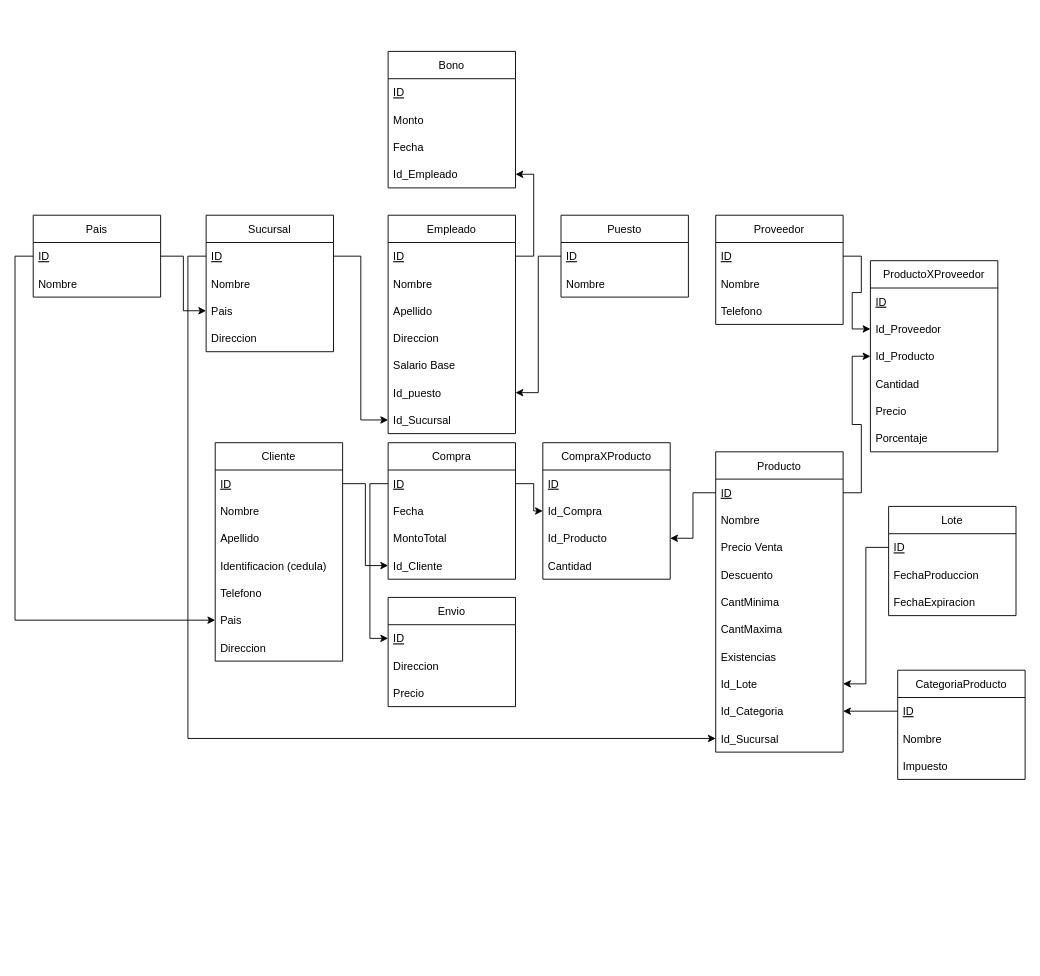
Before: diagrama de tablas.drawio in Valhylian/Proyecto1-BD, a draw.io diagram. Source tidied: cells renumbered, new cells numbered last; positions are measured from the earlier drawing's top-left corner, leaving out a move shared by most shapes. Both pictures are drawn from the tidied source at 91%, with x=0, y=0 at pixel (33, 51).
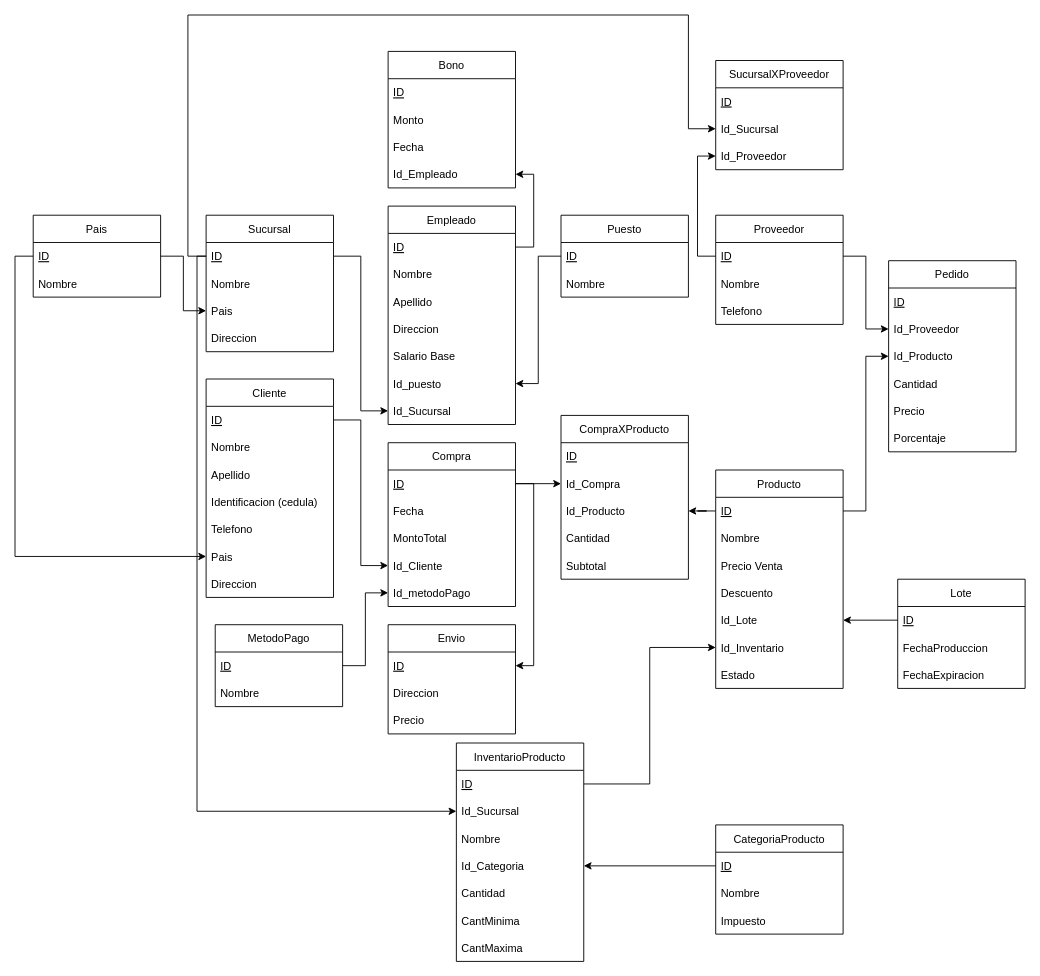
The same diagram, later.

Unchanged cells that the change refers to:
```xml
<mxCell id="3" value="ID" style="text;strokeColor=none;fillColor=none;align=left;verticalAlign=middle;spacingLeft=4;spacingRight=4;overflow=hidden;points=[[0,0.5],[1,0.5]];portConstraint=eastwest;fontStyle=4;" parent="2" vertex="1">
  <mxGeometry y="30" width="140" height="30" as="geometry" />
</mxCell>
<mxCell id="29" value="ID" style="text;strokeColor=none;fillColor=none;align=left;verticalAlign=middle;spacingLeft=4;spacingRight=4;overflow=hidden;points=[[0,0.5],[1,0.5]];portConstraint=eastwest;fontStyle=4;" parent="28" vertex="1">
  <mxGeometry y="30" width="140" height="30" as="geometry" />
</mxCell>
<mxCell id="53" value="ID" style="text;strokeColor=none;fillColor=none;align=left;verticalAlign=middle;spacingLeft=4;spacingRight=4;overflow=hidden;points=[[0,0.5],[1,0.5]];portConstraint=eastwest;fontStyle=4;" parent="52" vertex="1">
  <mxGeometry y="30" width="140" height="30" as="geometry" />
</mxCell>
<mxCell id="78" value="ID" style="text;strokeColor=none;fillColor=none;align=left;verticalAlign=middle;spacingLeft=4;spacingRight=4;overflow=hidden;points=[[0,0.5],[1,0.5]];portConstraint=eastwest;fontStyle=4;" parent="77" vertex="1">
  <mxGeometry y="30" width="140" height="30" as="geometry" />
</mxCell>
```

Diff of the diagram source:
```diff
@@
     <mxCell id="7" value="Empleado" style="swimlane;fontStyle=0;horizontal=1;startSize=30;" parent="1" vertex="1">
-      <mxGeometry x="390" y="180" width="140" height="240" as="geometry" />
+      <mxGeometry x="390" y="170" width="140" height="240" as="geometry" />
     </mxCell>
@@
     <mxCell id="16" value="Cliente" style="swimlane;fontStyle=0;horizontal=1;startSize=30;" parent="1" vertex="1">
-      <mxGeometry x="200" y="430" width="140" height="240" as="geometry" />
+      <mxGeometry x="190" y="360" width="140" height="240" as="geometry" />
     </mxCell>
@@
     <mxCell id="28" value="Compra" style="swimlane;fontStyle=0;horizontal=1;startSize=30;" parent="1" vertex="1">
-      <mxGeometry x="390" y="430" width="140" height="150" as="geometry" />
+      <mxGeometry x="390" y="430" width="140" height="180" as="geometry" />
     </mxCell>
@@
+    <mxCell id="92" value="Id_metodoPago" style="text;strokeColor=none;fillColor=none;align=left;verticalAlign=middle;spacingLeft=4;spacingRight=4;overflow=hidden;points=[[0,0.5],[1,0.5]];portConstraint=eastwest;" parent="28" vertex="1">
+      <mxGeometry y="150" width="140" height="30" as="geometry" />
+    </mxCell>
@@
     <mxCell id="34" value="CompraXProducto" style="swimlane;fontStyle=0;horizontal=1;startSize=30;" parent="1" vertex="1">
-      <mxGeometry x="560" y="430" width="140" height="150" as="geometry" />
+      <mxGeometry x="580" y="400" width="140" height="180" as="geometry" />
     </mxCell>
@@
+    <mxCell id="93" value="Subtotal" style="text;strokeColor=none;fillColor=none;align=left;verticalAlign=middle;spacingLeft=4;spacingRight=4;overflow=hidden;" parent="34" vertex="1">
+      <mxGeometry y="150" width="140" height="30" as="geometry" />
+    </mxCell>
     <mxCell id="39" value="Producto" style="swimlane;fontStyle=0;horizontal=1;startSize=30;" parent="1" vertex="1">
-      <mxGeometry x="750" y="440" width="140" height="330" as="geometry" />
+      <mxGeometry x="750" y="460" width="140" height="240" as="geometry" />
     </mxCell>
@@
-    <mxCell id="44" value="CantMinima" style="text;strokeColor=none;fillColor=none;align=left;verticalAlign=middle;spacingLeft=4;spacingRight=4;overflow=hidden;" parent="39" vertex="1">
-      <mxGeometry y="150" width="140" height="30" as="geometry" />
-    </mxCell>
-    <mxCell id="45" value="CantMaxima" style="text;strokeColor=none;fillColor=none;align=left;verticalAlign=middle;spacingLeft=4;spacingRight=4;overflow=hidden;" parent="39" vertex="1">
-      <mxGeometry y="180" width="140" height="30" as="geometry" />
-    </mxCell>
-    <mxCell id="46" value="Existencias" style="text;strokeColor=none;fillColor=none;align=left;verticalAlign=middle;spacingLeft=4;spacingRight=4;overflow=hidden;" parent="39" vertex="1">
-      <mxGeometry y="210" width="140" height="30" as="geometry" />
-    </mxCell>
     <mxCell id="47" value="Id_Lote" style="text;strokeColor=none;fillColor=none;align=left;verticalAlign=middle;spacingLeft=4;spacingRight=4;overflow=hidden;points=[[0,0.5],[1,0.5]];portConstraint=eastwest;" parent="39" vertex="1">
-      <mxGeometry y="240" width="140" height="30" as="geometry" />
+      <mxGeometry y="150" width="140" height="30" as="geometry" />
     </mxCell>
-    <mxCell id="48" value="Id_Categoria" style="text;strokeColor=none;fillColor=none;align=left;verticalAlign=middle;spacingLeft=4;spacingRight=4;overflow=hidden;points=[[0,0.5],[1,0.5]];portConstraint=eastwest;" parent="39" vertex="1">
-      <mxGeometry y="270" width="140" height="30" as="geometry" />
-    </mxCell>
-    <mxCell id="49" value="Id_Sucursal" style="text;strokeColor=none;fillColor=none;align=left;verticalAlign=middle;spacingLeft=4;spacingRight=4;overflow=hidden;points=[[0,0.5],[1,0.5]];portConstraint=eastwest;" parent="39" vertex="1">
-      <mxGeometry y="300" width="140" height="30" as="geometry" />
-    </mxCell>
+    <mxCell id="94" value="Id_Inventario" style="text;strokeColor=none;fillColor=none;align=left;verticalAlign=middle;spacingLeft=4;spacingRight=4;overflow=hidden;points=[[0,0.5],[1,0.5]];portConstraint=eastwest;" parent="39" vertex="1">
+      <mxGeometry y="180" width="140" height="30" as="geometry" />
+    </mxCell>
+    <mxCell id="95" value="Estado" style="text;strokeColor=none;fillColor=none;align=left;verticalAlign=middle;spacingLeft=4;spacingRight=4;overflow=hidden;" parent="39" vertex="1">
+      <mxGeometry y="210" width="140" height="30" as="geometry" />
+    </mxCell>
@@
-    <mxCell id="51" style="edgeStyle=orthogonalEdgeStyle;rounded=0;jettySize=auto;html=1;exitX=0;exitY=0.5;exitDx=0;exitDy=0;entryX=0;entryY=0.5;entryDx=0;entryDy=0;" parent="1" edge="1" source="3" target="49">
-      <mxGeometry relative="1" as="geometry" />
-    </mxCell>
@@
-    <mxCell id="56" value="ProductoXProveedor" style="swimlane;fontStyle=0;horizontal=1;startSize=30;" parent="1" vertex="1">
-      <mxGeometry x="920" y="230" width="140" height="210" as="geometry" />
+    <mxCell id="56" value="Pedido" style="swimlane;fontStyle=0;horizontal=1;startSize=30;" parent="1" vertex="1">
+      <mxGeometry x="940" y="230" width="140" height="210" as="geometry" />
     </mxCell>
@@
     <mxCell id="65" value="CategoriaProducto" style="swimlane;fontStyle=0;horizontal=1;startSize=30;" parent="1" vertex="1">
-      <mxGeometry x="950" y="680" width="140" height="120" as="geometry" />
+      <mxGeometry x="750" y="850" width="140" height="120" as="geometry" />
     </mxCell>
@@
     <mxCell id="77" value="Envio" style="swimlane;fontStyle=0;horizontal=1;startSize=30;" parent="1" vertex="1">
-      <mxGeometry x="390" y="600" width="140" height="120" as="geometry" />
+      <mxGeometry x="390" y="630" width="140" height="120" as="geometry" />
     </mxCell>
@@
-    <mxCell id="81" style="edgeStyle=orthogonalEdgeStyle;rounded=0;jettySize=auto;html=1;exitX=0;exitY=0.5;exitDx=0;exitDy=0;entryX=0;entryY=0.5;entryDx=0;entryDy=0;" parent="1" edge="1" source="29" target="78">
-      <mxGeometry relative="1" as="geometry" />
+    <mxCell id="81" style="edgeStyle=orthogonalEdgeStyle;rounded=0;jettySize=auto;html=1;exitX=1;exitY=0.5;exitDx=0;exitDy=0;entryX=1;entryY=0.5;entryDx=0;entryDy=0;" parent="1" edge="1" source="29" target="78">
+      <mxGeometry relative="1" as="geometry">
+        <Array as="points">
+          <mxPoint x="550" y="475" />
+          <mxPoint x="550" y="675" />
+        </Array>
+      </mxGeometry>
     </mxCell>
     <mxCell id="82" value="Lote" style="swimlane;fontStyle=0;horizontal=1;startSize=30;" parent="1" vertex="1">
-      <mxGeometry x="940" y="500" width="140" height="120" as="geometry" />
+      <mxGeometry x="950" y="580" width="140" height="120" as="geometry" />
     </mxCell>
@@
+    <mxCell id="96" value="SucursalXProveedor" style="swimlane;fontStyle=0;horizontal=1;startSize=30;" parent="1" vertex="1">
+      <mxGeometry x="750" y="10" width="140" height="120" as="geometry" />
+    </mxCell>
+    <mxCell id="97" value="ID" style="text;strokeColor=none;fillColor=none;align=left;verticalAlign=middle;spacingLeft=4;spacingRight=4;overflow=hidden;fontStyle=4;" parent="96" vertex="1">
+      <mxGeometry y="30" width="140" height="30" as="geometry" />
+    </mxCell>
+    <mxCell id="98" value="Id_Sucursal" style="text;strokeColor=none;fillColor=none;align=left;verticalAlign=middle;spacingLeft=4;spacingRight=4;overflow=hidden;points=[[0,0.5],[1,0.5]];portConstraint=eastwest;" parent="96" vertex="1">
+      <mxGeometry y="60" width="140" height="30" as="geometry" />
+    </mxCell>
+    <mxCell id="99" value="Id_Proveedor" style="text;strokeColor=none;fillColor=none;align=left;verticalAlign=middle;spacingLeft=4;spacingRight=4;overflow=hidden;points=[[0,0.5],[1,0.5]];portConstraint=eastwest;" parent="96" vertex="1">
+      <mxGeometry y="90" width="140" height="30" as="geometry" />
+    </mxCell>
+    <mxCell id="100" style="edgeStyle=orthogonalEdgeStyle;rounded=0;jettySize=auto;html=1;exitX=0;exitY=0.5;exitDx=0;exitDy=0;entryX=0;entryY=0.5;entryDx=0;entryDy=0;" parent="1" edge="1" source="3" target="98">
+      <mxGeometry relative="1" as="geometry">
+        <Array as="points">
+          <mxPoint x="170" y="225" />
+          <mxPoint x="170" y="-40" />
+          <mxPoint x="720" y="-40" />
+          <mxPoint x="720" y="85" />
+        </Array>
+      </mxGeometry>
+    </mxCell>
+    <mxCell id="101" style="edgeStyle=orthogonalEdgeStyle;rounded=0;jettySize=auto;html=1;exitX=0;exitY=0.5;exitDx=0;exitDy=0;entryX=0;entryY=0.5;entryDx=0;entryDy=0;" parent="1" edge="1" source="53" target="99">
+      <mxGeometry relative="1" as="geometry" />
+    </mxCell>
+    <mxCell id="102" value="InventarioProducto" style="swimlane;fontStyle=0;horizontal=1;startSize=30;" parent="1" vertex="1">
+      <mxGeometry x="465" y="760" width="140" height="240" as="geometry" />
+    </mxCell>
+    <mxCell id="103" value="ID" style="text;strokeColor=none;fillColor=none;align=left;verticalAlign=middle;spacingLeft=4;spacingRight=4;overflow=hidden;points=[[0,0.5],[1,0.5]];portConstraint=eastwest;fontStyle=4;" parent="102" vertex="1">
+      <mxGeometry y="30" width="140" height="30" as="geometry" />
+    </mxCell>
+    <mxCell id="104" value="Id_Sucursal" style="text;strokeColor=none;fillColor=none;align=left;verticalAlign=middle;spacingLeft=4;spacingRight=4;overflow=hidden;points=[[0,0.5],[1,0.5]];portConstraint=eastwest;" parent="102" vertex="1">
+      <mxGeometry y="60" width="140" height="30" as="geometry" />
+    </mxCell>
+    <mxCell id="105" value="Nombre" style="text;strokeColor=none;fillColor=none;align=left;verticalAlign=middle;spacingLeft=4;spacingRight=4;overflow=hidden;" parent="102" vertex="1">
+      <mxGeometry y="90" width="140" height="30" as="geometry" />
+    </mxCell>
+    <mxCell id="48" value="Id_Categoria" style="text;strokeColor=none;fillColor=none;align=left;verticalAlign=middle;spacingLeft=4;spacingRight=4;overflow=hidden;points=[[0,0.5],[1,0.5]];portConstraint=eastwest;" parent="102" vertex="1">
+      <mxGeometry y="120" width="140" height="30" as="geometry" />
+    </mxCell>
+    <mxCell id="106" value="Cantidad" style="text;strokeColor=none;fillColor=none;align=left;verticalAlign=middle;spacingLeft=4;spacingRight=4;overflow=hidden;" parent="102" vertex="1">
+      <mxGeometry y="150" width="140" height="30" as="geometry" />
+    </mxCell>
+    <mxCell id="44" value="CantMinima" style="text;strokeColor=none;fillColor=none;align=left;verticalAlign=middle;spacingLeft=4;spacingRight=4;overflow=hidden;" parent="102" vertex="1">
+      <mxGeometry y="180" width="140" height="30" as="geometry" />
+    </mxCell>
+    <mxCell id="45" value="CantMaxima" style="text;strokeColor=none;fillColor=none;align=left;verticalAlign=middle;spacingLeft=4;spacingRight=4;overflow=hidden;" parent="102" vertex="1">
+      <mxGeometry y="210" width="140" height="30" as="geometry" />
+    </mxCell>
+    <mxCell id="107" style="edgeStyle=orthogonalEdgeStyle;rounded=0;jettySize=auto;html=1;exitX=1;exitY=0.5;exitDx=0;exitDy=0;entryX=0;entryY=0.5;entryDx=0;entryDy=0;" parent="1" edge="1" source="103" target="94">
+      <mxGeometry relative="1" as="geometry" />
+    </mxCell>
+    <mxCell id="108" style="edgeStyle=orthogonalEdgeStyle;rounded=0;jettySize=auto;html=1;exitX=0;exitY=0.5;exitDx=0;exitDy=0;entryX=0;entryY=0.5;entryDx=0;entryDy=0;" parent="1" edge="1" source="3" target="104">
+      <mxGeometry relative="1" as="geometry">
+        <Array as="points">
+          <mxPoint x="180" y="225" />
+          <mxPoint x="180" y="835" />
+        </Array>
+      </mxGeometry>
+    </mxCell>
+    <mxCell id="109" value="MetodoPago" style="swimlane;fontStyle=0;horizontal=1;startSize=30;" parent="1" vertex="1">
+      <mxGeometry x="200" y="630" width="140" height="90" as="geometry" />
+    </mxCell>
+    <mxCell id="110" value="ID" style="text;strokeColor=none;fillColor=none;align=left;verticalAlign=middle;spacingLeft=4;spacingRight=4;overflow=hidden;points=[[0,0.5],[1,0.5]];portConstraint=eastwest;fontStyle=4;" parent="109" vertex="1">
+      <mxGeometry y="30" width="140" height="30" as="geometry" />
+    </mxCell>
+    <mxCell id="111" value="Nombre" style="text;strokeColor=none;fillColor=none;align=left;verticalAlign=middle;spacingLeft=4;spacingRight=4;overflow=hidden;" parent="109" vertex="1">
+      <mxGeometry y="60" width="140" height="30" as="geometry" />
+    </mxCell>
+    <mxCell id="112" style="edgeStyle=orthogonalEdgeStyle;rounded=0;jettySize=auto;html=1;exitX=1;exitY=0.5;exitDx=0;exitDy=0;entryX=0;entryY=0.5;entryDx=0;entryDy=0;" parent="1" edge="1" source="110" target="92">
+      <mxGeometry relative="1" as="geometry" />
+    </mxCell>
```
